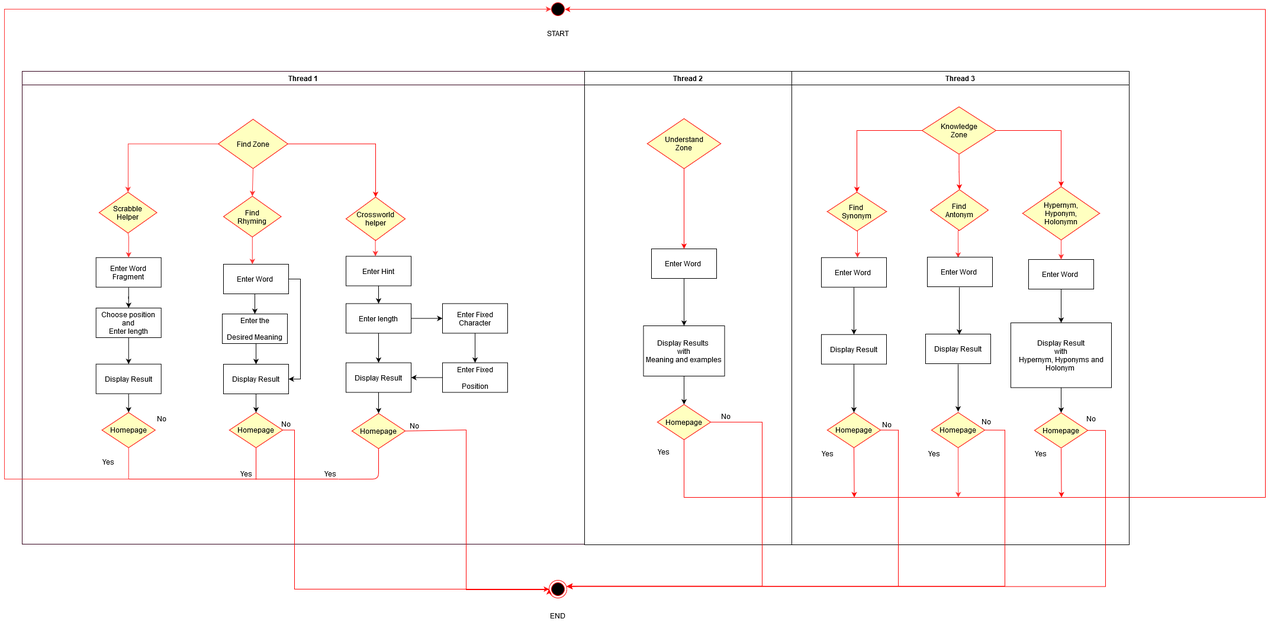
Earlier version of the draw.io export Flowcharts/Updated UML-final.png (ritveak/Wordzone). Source tidied: cells renumbered, new cells last; positions are measured from the earlier drawing's top-left corner, leaving out a move shared by most shapes.
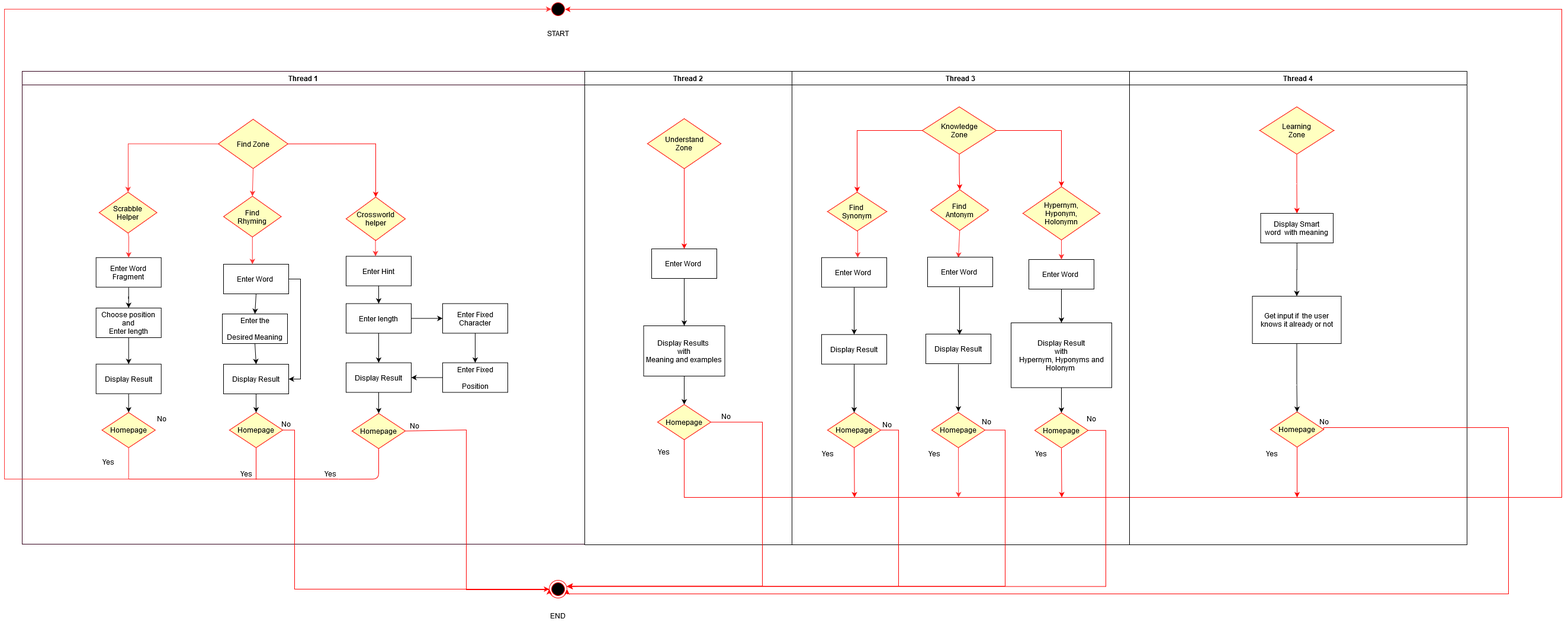
After the commit.

What changed in the source:
```diff
@@ -303,8 +303,8 @@
       <mxGeometry relative="1" as="geometry">
         <Array as="points">
           <mxPoint x="1148" y="840" />
-          <mxPoint x="2130" y="840" />
-          <mxPoint x="2130" y="15" />
+          <mxPoint x="2630" y="840" />
+          <mxPoint x="2630" y="15" />
         </Array>
       </mxGeometry>
     </mxCell>
@@ -444,5 +444,60 @@
     <mxCell id="106" style="edgeStyle=orthogonalEdgeStyle;rounded=0;jettySize=auto;html=1;entryX=0.5;entryY=0;entryDx=0;entryDy=0;" parent="1" edge="1" source="7" target="73">
       <mxGeometry relative="1" as="geometry" />
     </mxCell>
+    <mxCell id="107" value="Thread 4" style="swimlane;whiteSpace=wrap;startSize=23;" parent="1" vertex="1">
+      <mxGeometry x="1900" y="120" width="570" height="800" as="geometry" />
+    </mxCell>
+    <mxCell id="108" style="edgeStyle=orthogonalEdgeStyle;rounded=0;jettySize=auto;html=1;exitX=0.5;exitY=1;exitDx=0;exitDy=0;entryX=0.5;entryY=0;entryDx=0;entryDy=0;strokeColor=#FF0000;" parent="107" edge="1" source="109" target="110">
+      <mxGeometry relative="1" as="geometry">
+        <Array as="points">
+          <mxPoint x="283" y="190" />
+          <mxPoint x="283" y="190" />
+        </Array>
+      </mxGeometry>
+    </mxCell>
+    <mxCell id="109" value="Learning&#10;Zone" style="rhombus;fillColor=#ffffc0;strokeColor=#ff0000;" parent="107" vertex="1">
+      <mxGeometry x="220" y="60" width="125" height="80" as="geometry" />
+    </mxCell>
+    <mxCell id="110" value="Display Smart&#10; word  with meaning" parent="107" vertex="1">
+      <mxGeometry x="221.5" y="240" width="122.5" height="50" as="geometry" />
+    </mxCell>
+    <mxCell id="111" value="Homepage" style="rhombus;fillColor=#ffffc0;strokeColor=#ff0000;" parent="107" vertex="1">
+      <mxGeometry x="238" y="575.5" width="90" height="59.5" as="geometry" />
+    </mxCell>
+    <mxCell id="112" value="No" style="text;html=1;align=center;verticalAlign=middle;fillColor=none;strokeColor=none;rounded=0;" parent="107" vertex="1">
+      <mxGeometry x="313" y="582" width="30" height="20" as="geometry" />
+    </mxCell>
+    <mxCell id="113" value="Yes" style="text;html=1;align=center;verticalAlign=middle;fillColor=none;strokeColor=none;rounded=0;" parent="107" vertex="1">
+      <mxGeometry x="220" y="636" width="40" height="20" as="geometry" />
+    </mxCell>
+    <mxCell id="114" value="Get input if  the user&#10; knows it already or not" parent="1" vertex="1">
+      <mxGeometry x="2107.5" y="500" width="150" height="80" as="geometry" />
+    </mxCell>
+    <mxCell id="115" style="edgeStyle=orthogonalEdgeStyle;rounded=0;jettySize=auto;html=1;" parent="1" edge="1" source="110" target="114">
+      <mxGeometry relative="1" as="geometry" />
+    </mxCell>
+    <mxCell id="116" style="edgeStyle=orthogonalEdgeStyle;rounded=0;jettySize=auto;html=1;exitX=0.5;exitY=1;exitDx=0;exitDy=0;entryX=0.5;entryY=0;entryDx=0;entryDy=0;" parent="1" edge="1" source="114" target="111">
+      <mxGeometry relative="1" as="geometry">
+        <Array as="points">
+          <mxPoint x="2183" y="650" />
+          <mxPoint x="2183" y="650" />
+        </Array>
+      </mxGeometry>
+    </mxCell>
+    <mxCell id="117" style="edgeStyle=none;rounded=0;jettySize=auto;html=1;strokeColor=#FF0000;exitX=0.5;exitY=1;exitDx=0;exitDy=0;" parent="1" edge="1" source="111">
+      <mxGeometry relative="1" as="geometry">
+        <mxPoint x="2183" y="840" as="targetPoint" />
+      </mxGeometry>
+    </mxCell>
+    <mxCell id="118" style="edgeStyle=orthogonalEdgeStyle;rounded=0;jettySize=auto;html=1;strokeColor=#FF0000;entryX=1;entryY=0.5;entryDx=0;entryDy=0;exitX=1;exitY=0.5;exitDx=0;exitDy=0;" parent="1" edge="1" source="111" target="71">
+      <mxGeometry relative="1" as="geometry">
+        <Array as="points">
+          <mxPoint x="2228" y="722" />
+          <mxPoint x="2540" y="722" />
+          <mxPoint x="2540" y="1003" />
+          <mxPoint x="950" y="1003" />
+        </Array>
+      </mxGeometry>
+    </mxCell>
   </root>
 </mxGraphModel>
```
